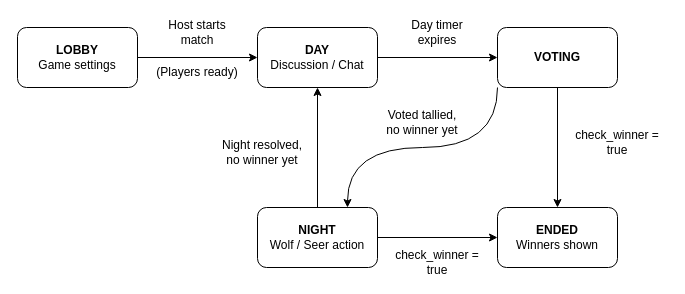
The draw.io diagram figures/game_state_machine.drawio in AlexandruNicolescu00/doc-distributed-lupus-in-fabula, before the edit. Source tidied: cells renumbered, new cells numbered last; positions are measured from the earlier drawing's top-left corner, leaving out a move shared by most shapes. Both pictures are drawn from the tidied source at 100%, with x=0, y=0 at pixel (17, 17).
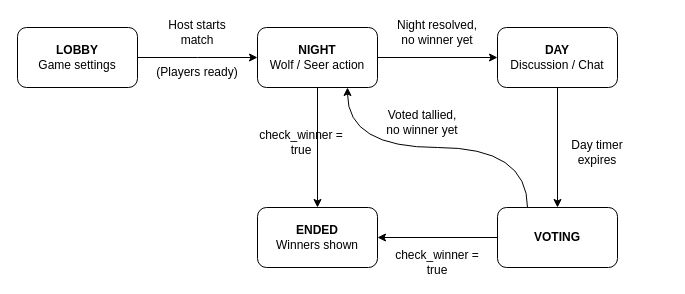
After the change.

Commit message (it also covers changes not shown here):
Fixed game state machine diagram (Figure 2)

Unchanged cells that the change refers to:
```xml
<mxCell id="3" value="&lt;b&gt;LOBBY&lt;/b&gt;&lt;div&gt;&lt;span style=&quot;background-color: transparent; color: light-dark(rgb(0, 0, 0), rgb(255, 255, 255));&quot;&gt;Game settings&lt;/span&gt;&lt;/div&gt;" style="rounded=1;whiteSpace=wrap;html=1;" parent="1" vertex="1">
  <mxGeometry y="10" width="120" height="60" as="geometry" />
</mxCell>
```

What changed in the source:
```diff
@@
-    <mxCell id="2" style="edgeStyle=orthogonalEdgeStyle;rounded=0;jettySize=auto;html=1;entryX=0;entryY=0.5;entryDx=0;entryDy=0;" parent="1" edge="1" source="3" target="5">
-      <mxGeometry relative="1" as="geometry" />
+    <mxCell id="2" style="edgeStyle=orthogonalEdgeStyle;rounded=0;jettySize=auto;html=1;" parent="1" edge="1" source="3">
+      <mxGeometry relative="1" as="geometry">
+        <mxPoint x="240" y="40" as="targetPoint" />
+      </mxGeometry>
     </mxCell>
@@
-    <mxCell id="5" value="&lt;b&gt;DAY&lt;/b&gt;&lt;div&gt;Discussion / Chat&lt;/div&gt;" style="rounded=1;whiteSpace=wrap;html=1;" parent="1" vertex="1">
+    <mxCell id="5" value="&lt;b&gt;NIGHT&lt;br&gt;&lt;/b&gt;&lt;span style=&quot;background-color: transparent; color: light-dark(rgb(0, 0, 0), rgb(255, 255, 255));&quot;&gt;Wolf / Seer action&lt;/span&gt;" style="rounded=1;whiteSpace=wrap;html=1;" parent="1" vertex="1">
       <mxGeometry x="240" y="10" width="120" height="60" as="geometry" />
     </mxCell>
@@
-    <mxCell id="7" style="edgeStyle=orthogonalEdgeStyle;rounded=0;jettySize=auto;html=1;entryX=0.75;entryY=0;entryDx=0;entryDy=0;curved=1;exitX=0;exitY=1;exitDx=0;exitDy=0;" parent="1" edge="1" source="8" target="12">
+    <mxCell id="7" style="edgeStyle=orthogonalEdgeStyle;rounded=0;jettySize=auto;html=1;entryX=0.25;entryY=0;entryDx=0;entryDy=0;curved=1;exitX=0.75;exitY=1;exitDx=0;exitDy=0;endArrow=none;endFill=0;startArrow=classic;startFill=1;" parent="1" edge="1" source="5" target="9">
       <mxGeometry relative="1" as="geometry" />
     </mxCell>
-    <mxCell id="8" value="&lt;b&gt;VOTING&lt;/b&gt;" style="rounded=1;whiteSpace=wrap;html=1;" parent="1" vertex="1">
+    <mxCell id="8" value="&lt;b&gt;DAY&lt;/b&gt;&lt;div&gt;Discussion / Chat&lt;/div&gt;" style="rounded=1;whiteSpace=wrap;html=1;" parent="1" vertex="1">
       <mxGeometry x="480" y="10" width="120" height="60" as="geometry" />
     </mxCell>
-    <mxCell id="9" value="&lt;b&gt;ENDED&lt;/b&gt;&lt;br&gt;&lt;div&gt;Winners shown&lt;/div&gt;" style="rounded=1;whiteSpace=wrap;html=1;" parent="1" vertex="1">
+    <mxCell id="9" value="&lt;b&gt;VOTING&lt;br&gt;&lt;/b&gt;" style="rounded=1;whiteSpace=wrap;html=1;" parent="1" vertex="1">
       <mxGeometry x="480" y="190" width="120" height="60" as="geometry" />
     </mxCell>
-    <mxCell id="10" style="edgeStyle=orthogonalEdgeStyle;rounded=0;jettySize=auto;html=1;entryX=0.5;entryY=1;entryDx=0;entryDy=0;" parent="1" edge="1" source="12" target="5">
+    <mxCell id="10" style="edgeStyle=orthogonalEdgeStyle;rounded=0;jettySize=auto;html=1;entryX=0.5;entryY=1;entryDx=0;entryDy=0;startArrow=classic;startFill=1;endArrow=none;endFill=0;" parent="1" edge="1" source="12" target="5">
       <mxGeometry relative="1" as="geometry" />
     </mxCell>
-    <mxCell id="11" style="edgeStyle=orthogonalEdgeStyle;rounded=0;jettySize=auto;html=1;entryX=0;entryY=0.5;entryDx=0;entryDy=0;" parent="1" edge="1" source="12" target="9">
+    <mxCell id="11" style="edgeStyle=orthogonalEdgeStyle;rounded=0;jettySize=auto;html=1;entryX=0;entryY=0.5;entryDx=0;entryDy=0;startArrow=classic;startFill=1;endArrow=none;endFill=0;" parent="1" edge="1" source="12" target="9">
       <mxGeometry relative="1" as="geometry" />
     </mxCell>
-    <mxCell id="12" value="&lt;b&gt;NIGHT&lt;/b&gt;&lt;div&gt;Wolf / Seer action&lt;/div&gt;" style="rounded=1;whiteSpace=wrap;html=1;" parent="1" vertex="1">
+    <mxCell id="12" value="&lt;b style=&quot;forced-color-adjust: none; color: rgb(0, 0, 0); font-family: Helvetica; font-size: 12px; font-style: normal; font-variant-ligatures: normal; font-variant-caps: normal; letter-spacing: normal; orphans: 2; text-align: center; text-indent: 0px; text-transform: none; widows: 2; word-spacing: 0px; -webkit-text-stroke-width: 0px; white-space: normal; text-decoration-thickness: initial; text-decoration-style: initial; text-decoration-color: initial;&quot;&gt;ENDED&lt;/b&gt;&lt;br style=&quot;forced-color-adjust: none; color: rgb(0, 0, 0); font-family: Helvetica; font-size: 12px; font-style: normal; font-variant-ligatures: normal; font-variant-caps: normal; font-weight: 400; letter-spacing: normal; orphans: 2; text-align: center; text-indent: 0px; text-transform: none; widows: 2; word-spacing: 0px; -webkit-text-stroke-width: 0px; white-space: normal; text-decoration-thickness: initial; text-decoration-style: initial; text-decoration-color: initial; background-color: rgb(236, 236, 236);&quot;&gt;&lt;div style=&quot;forced-color-adjust: none; color: rgb(0, 0, 0); font-family: Helvetica; font-size: 12px; font-style: normal; font-variant-ligatures: normal; font-variant-caps: normal; font-weight: 400; letter-spacing: normal; orphans: 2; text-align: center; text-indent: 0px; text-transform: none; widows: 2; word-spacing: 0px; -webkit-text-stroke-width: 0px; white-space: normal; background-color: rgb(236, 236, 236); text-decoration-thickness: initial; text-decoration-style: initial; text-decoration-color: initial;&quot;&gt;&lt;span style=&quot;background-color: light-dark(#ffffff, var(--ge-dark-color, #121212));&quot;&gt;Winners shown&lt;/span&gt;&lt;/div&gt;" style="rounded=1;whiteSpace=wrap;html=1;" parent="1" vertex="1">
       <mxGeometry x="240" y="190" width="120" height="60" as="geometry" />
     </mxCell>
@@
     <mxCell id="15" value="Day timer expires" style="text;html=1;whiteSpace=wrap;strokeColor=none;fillColor=none;align=center;verticalAlign=middle;rounded=0;" parent="1" vertex="1">
-      <mxGeometry x="390" width="60" height="30" as="geometry" />
+      <mxGeometry x="550" y="120" width="60" height="30" as="geometry" />
     </mxCell>
     <mxCell id="16" value="Night resolved,&lt;div&gt;no winner yet&lt;/div&gt;" style="text;html=1;whiteSpace=wrap;strokeColor=none;fillColor=none;align=center;verticalAlign=middle;rounded=0;" parent="1" vertex="1">
-      <mxGeometry x="200" y="120" width="90" height="30" as="geometry" />
+      <mxGeometry x="375" width="90" height="30" as="geometry" />
     </mxCell>
@@
     <mxCell id="19" value="check_winner = true" style="text;html=1;whiteSpace=wrap;strokeColor=none;fillColor=none;align=center;verticalAlign=middle;rounded=0;" parent="1" vertex="1">
-      <mxGeometry x="550" y="110" width="100" height="30" as="geometry" />
+      <mxGeometry x="234" y="110" width="100" height="30" as="geometry" />
     </mxCell>
```
